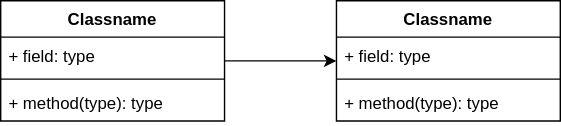
Styans/design_patterns_su keeps this draw.io diagram as module_13/lab13.drawio.svg. Above is the earlier version. Source tidied: cells renumbered, new cells last; positions are measured from the earlier drawing's top-left corner, leaving out a move shared by most shapes.
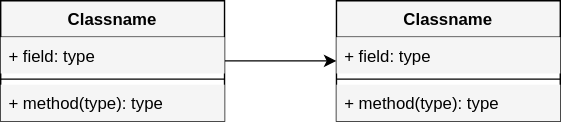
After the commit.

Change to the diagram source:
```diff
@@ -2,31 +2,31 @@
   <root>
     <mxCell id="0" />
     <mxCell id="1" parent="0" />
-    <mxCell id="2" style="edgeStyle=orthogonalEdgeStyle;rounded=0;jettySize=auto;html=1;" parent="1" edge="1" source="3" target="7">
+    <mxCell id="2" style="edgeStyle=orthogonalEdgeStyle;rounded=0;jettySize=auto;html=1;fillColor=#F5F5F5;" parent="1" edge="1" source="3" target="7">
       <mxGeometry relative="1" as="geometry" />
     </mxCell>
-    <mxCell id="3" value="Classname" style="swimlane;fontStyle=1;align=center;verticalAlign=top;horizontal=1;startSize=26;whiteSpace=wrap;html=1;" parent="1" vertex="1">
+    <mxCell id="3" value="Classname" style="swimlane;fontStyle=1;align=center;verticalAlign=top;horizontal=1;startSize=26;whiteSpace=wrap;html=1;fillColor=#F5F5F5;" parent="1" vertex="1">
       <mxGeometry width="160" height="86" as="geometry" />
     </mxCell>
-    <mxCell id="4" value="+ field: type" style="text;strokeColor=none;fillColor=none;align=left;verticalAlign=top;spacingLeft=4;spacingRight=4;overflow=hidden;whiteSpace=wrap;html=1;" parent="3" vertex="1">
+    <mxCell id="4" value="+ field: type" style="text;strokeColor=none;fillColor=#F5F5F5;align=left;verticalAlign=top;spacingLeft=4;spacingRight=4;overflow=hidden;whiteSpace=wrap;html=1;" parent="3" vertex="1">
       <mxGeometry y="26" width="160" height="26" as="geometry" />
     </mxCell>
-    <mxCell id="5" style="line;strokeWidth=1;fillColor=none;align=left;verticalAlign=middle;spacingTop=-1;spacingLeft=3;spacingRight=3;labelPosition=right;strokeColor=inherit;" parent="3" vertex="1">
+    <mxCell id="5" style="line;strokeWidth=1;fillColor=#F5F5F5;align=left;verticalAlign=middle;spacingTop=-1;spacingLeft=3;spacingRight=3;labelPosition=right;strokeColor=inherit;" parent="3" vertex="1">
       <mxGeometry y="52" width="160" height="8" as="geometry" />
     </mxCell>
-    <mxCell id="6" value="+ method(type): type" style="text;strokeColor=none;fillColor=none;align=left;verticalAlign=top;spacingLeft=4;spacingRight=4;overflow=hidden;whiteSpace=wrap;html=1;" parent="3" vertex="1">
+    <mxCell id="6" value="+ method(type): type" style="text;strokeColor=none;fillColor=#F5F5F5;align=left;verticalAlign=top;spacingLeft=4;spacingRight=4;overflow=hidden;whiteSpace=wrap;html=1;" parent="3" vertex="1">
       <mxGeometry y="60" width="160" height="26" as="geometry" />
     </mxCell>
-    <mxCell id="7" value="Classname" style="swimlane;fontStyle=1;align=center;verticalAlign=top;horizontal=1;startSize=26;whiteSpace=wrap;html=1;" parent="1" vertex="1">
+    <mxCell id="7" value="Classname" style="swimlane;fontStyle=1;align=center;verticalAlign=top;horizontal=1;startSize=26;whiteSpace=wrap;html=1;fillColor=#F5F5F5;" parent="1" vertex="1">
       <mxGeometry x="240" width="160" height="86" as="geometry" />
     </mxCell>
-    <mxCell id="8" value="+ field: type" style="text;strokeColor=none;fillColor=none;align=left;verticalAlign=top;spacingLeft=4;spacingRight=4;overflow=hidden;whiteSpace=wrap;html=1;" parent="7" vertex="1">
+    <mxCell id="8" value="+ field: type" style="text;strokeColor=none;fillColor=#F5F5F5;align=left;verticalAlign=top;spacingLeft=4;spacingRight=4;overflow=hidden;whiteSpace=wrap;html=1;" parent="7" vertex="1">
       <mxGeometry y="26" width="160" height="26" as="geometry" />
     </mxCell>
-    <mxCell id="9" style="line;strokeWidth=1;fillColor=none;align=left;verticalAlign=middle;spacingTop=-1;spacingLeft=3;spacingRight=3;labelPosition=right;strokeColor=inherit;" parent="7" vertex="1">
+    <mxCell id="9" style="line;strokeWidth=1;fillColor=#F5F5F5;align=left;verticalAlign=middle;spacingTop=-1;spacingLeft=3;spacingRight=3;labelPosition=right;strokeColor=inherit;" parent="7" vertex="1">
       <mxGeometry y="52" width="160" height="8" as="geometry" />
     </mxCell>
-    <mxCell id="10" value="+ method(type): type" style="text;strokeColor=none;fillColor=none;align=left;verticalAlign=top;spacingLeft=4;spacingRight=4;overflow=hidden;whiteSpace=wrap;html=1;" parent="7" vertex="1">
+    <mxCell id="10" value="+ method(type): type" style="text;strokeColor=none;fillColor=#F5F5F5;align=left;verticalAlign=top;spacingLeft=4;spacingRight=4;overflow=hidden;whiteSpace=wrap;html=1;" parent="7" vertex="1">
       <mxGeometry y="60" width="160" height="26" as="geometry" />
     </mxCell>
   </root>
```
